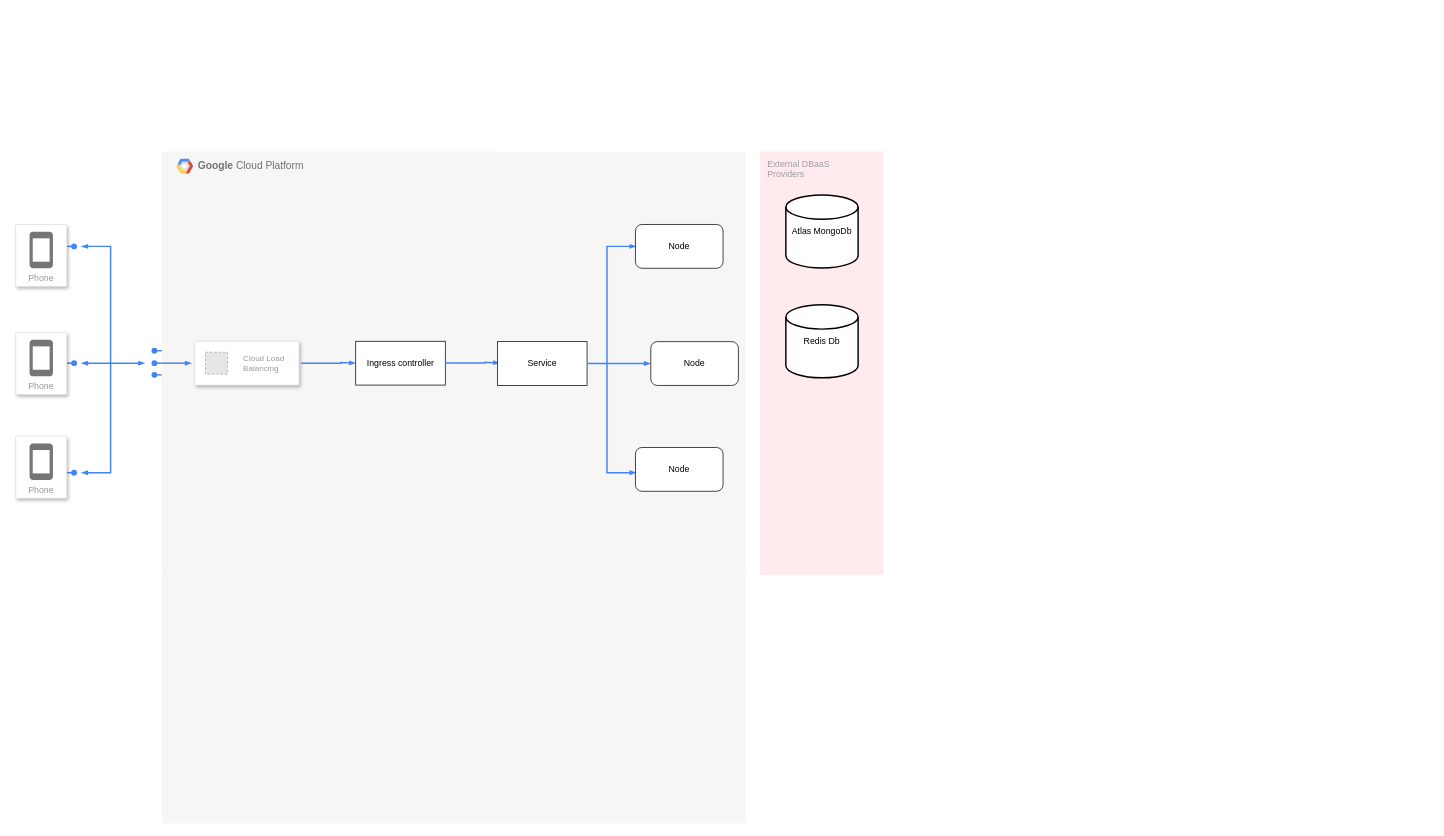
Before: gcp-diagram.drawio in FnhNielsen/cloudRepo, a draw.io diagram. Source tidied: cells renumbered, new cells numbered last; positions are measured from the earlier drawing's top-left corner, leaving out a move shared by most shapes. Both pictures are drawn from the tidied source at 73%, with x=0, y=0 at pixel (15, 151). Pictures stored in the file or linked from it are replaced by grey dashed boxes.
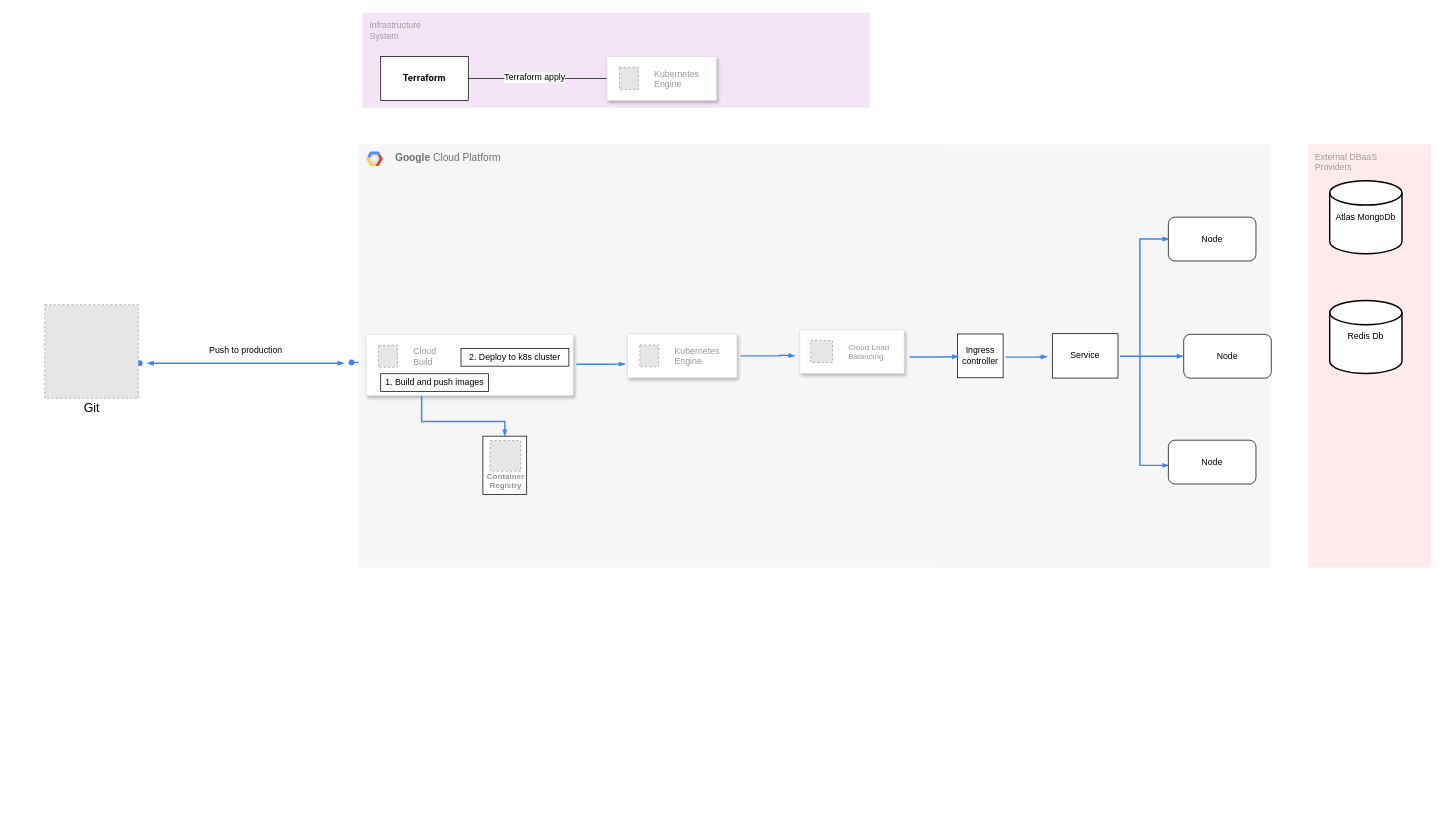
Above is the later version.

Change to the diagram source:
```diff
@@
+    <mxCell id="35" value="Infrastructure&#10;System" style="sketch=0;rounded=1;absoluteArcSize=1;arcSize=2;html=1;strokeColor=none;gradientColor=none;shadow=0;dashed=0;fontSize=12;fontColor=#9E9E9E;align=left;verticalAlign=top;spacing=10;spacingTop=-4;fillColor=#F3E5F5;" parent="1" vertex="1">
+      <mxGeometry x="475" y="-190" width="695" height="130" as="geometry" />
+    </mxCell>
+    <mxCell id="25" style="fillColor=#F6F6F6;strokeColor=none;shadow=0;gradientColor=none;fontSize=14;align=left;spacing=10;fontColor=#717171;9E9E9E;verticalAlign=top;spacingTop=-4;fontStyle=0;spacingLeft=40;html=1;" parent="1" vertex="1">
+      <mxGeometry x="1270" y="-9.5" width="450" height="580" as="geometry" />
+    </mxCell>
+    <mxCell id="36" value="&lt;b&gt;Google&amp;nbsp;&lt;/b&gt;Cloud Platform" style="fillColor=#F6F6F6;strokeColor=none;shadow=0;gradientColor=none;fontSize=14;align=left;spacing=10;fontColor=#717171;9E9E9E;verticalAlign=top;spacingTop=-4;fontStyle=0;spacingLeft=40;html=1;" parent="1" vertex="1">
+      <mxGeometry x="470" y="-10" width="340" height="580" as="geometry" />
+    </mxCell>
-    <mxCell id="2" value="&lt;b&gt;Google &lt;/b&gt;Cloud Platform" style="fillColor=#F6F6F6;strokeColor=none;shadow=0;gradientColor=none;fontSize=14;align=left;spacing=10;fontColor=#717171;9E9E9E;verticalAlign=top;spacingTop=-4;fontStyle=0;spacingLeft=40;html=1;" parent="1" vertex="1">
-      <mxGeometry x="200" width="460" height="580" as="geometry" />
+    <mxCell id="2" style="fillColor=#F6F6F6;strokeColor=none;shadow=0;gradientColor=none;fontSize=14;align=left;spacing=10;fontColor=#717171;9E9E9E;verticalAlign=top;spacingTop=-4;fontStyle=0;spacingLeft=40;html=1;" parent="1" vertex="1">
+      <mxGeometry x="810" y="-10" width="460" height="580" as="geometry" />
     </mxCell>
     <mxCell id="3" style="shape=mxgraph.gcp2.google_cloud_platform;fillColor=#F6F6F6;strokeColor=none;shadow=0;gradientColor=none;" parent="2" vertex="1">
       <mxGeometry width="23" height="20" relative="1" as="geometry">
-        <mxPoint x="20" y="10" as="offset" />
+        <mxPoint x="-330" y="10" as="offset" />
       </mxGeometry>
     </mxCell>
     <mxCell id="4" style="strokeColor=#dddddd;shadow=1;strokeWidth=1;rounded=1;absoluteArcSize=1;arcSize=2;fontSize=11;" parent="2" vertex="1">
-      <mxGeometry x="45" y="260" width="143.1" height="60" as="geometry" />
+      <mxGeometry x="264" y="254" width="143.1" height="60" as="geometry" />
     </mxCell>
@@
-    <mxCell id="6" style="edgeStyle=orthogonalEdgeStyle;fontSize=12;html=1;endArrow=blockThin;endFill=1;rounded=0;strokeWidth=2;endSize=4;startSize=4;dashed=0;strokeColor=#4284F3;startArrow=none;startFill=0;" parent="4" edge="1">
-      <mxGeometry relative="1" as="geometry">
-        <mxPoint x="-45" y="30" as="sourcePoint" />
-        <mxPoint x="-4.1" y="30" as="targetPoint" />
-        <Array as="points">
-          <mxPoint x="-14.3" y="30.2" />
-          <mxPoint x="-14.3" y="30.2" />
-        </Array>
-      </mxGeometry>
-    </mxCell>
+    <mxCell id="8" style="edgeStyle=orthogonalEdgeStyle;fontSize=12;html=1;endArrow=blockThin;endFill=1;rounded=0;strokeWidth=2;endSize=4;startSize=4;dashed=0;strokeColor=#4284F3;startArrow=none;startFill=0;exitX=1;exitY=0.5;exitDx=0;exitDy=0;" parent="2" edge="1">
+      <mxGeometry relative="1" as="geometry">
+        <mxPoint x="183.2" y="290" as="sourcePoint" />
+        <mxPoint x="257.8" y="290" as="targetPoint" />
+        <Array as="points">
+          <mxPoint x="237.3" y="290" />
+          <mxPoint x="237.3" y="289" />
+        </Array>
+      </mxGeometry>
+    </mxCell>
+    <mxCell id="37" style="strokeColor=#dddddd;shadow=1;strokeWidth=1;rounded=1;absoluteArcSize=1;arcSize=2;fontSize=12;" parent="2" vertex="1">
+      <mxGeometry x="28" y="260" width="150" height="60" as="geometry" />
+    </mxCell>
+    <mxCell id="38" value="Kubernetes&#10;Engine" style="fillColor=#E6E6E6;strokeColor=#999999;dashed=1;fontColor=#999999;verticalLabelPosition=middle;labelBackgroundColor=#ffffff;verticalAlign=middle;labelPosition=right;align=left;spacingLeft=20;fontSize=12;" parent="37" vertex="1">
+      <mxGeometry width="26" height="30" relative="1" as="geometry">
+        <mxPoint x="17" y="15" as="offset" />
+      </mxGeometry>
+    </mxCell>
     <mxCell id="7" value="Ingress controller" style="rounded=0;whiteSpace=wrap;html=1;" parent="2" vertex="1">
-      <mxGeometry x="265.8" y="260" width="122.7" height="60" as="geometry" />
+      <mxGeometry x="480" y="260" width="62.6" height="60" as="geometry" />
     </mxCell>
-    <mxCell id="8" style="edgeStyle=orthogonalEdgeStyle;fontSize=12;html=1;endArrow=blockThin;endFill=1;rounded=0;strokeWidth=2;endSize=4;startSize=4;dashed=0;strokeColor=#4284F3;startArrow=none;startFill=0;exitX=1;exitY=0.5;exitDx=0;exitDy=0;" parent="2" edge="1">
-      <mxGeometry relative="1" as="geometry">
-        <mxPoint x="191.2" y="290" as="sourcePoint" />
-        <mxPoint x="265.8" y="290" as="targetPoint" />
-        <Array as="points">
-          <mxPoint x="245.3" y="290" />
-          <mxPoint x="245.3" y="289" />
-        </Array>
-      </mxGeometry>
-    </mxCell>
-    <mxCell id="9" style="edgeStyle=orthogonalEdgeStyle;fontSize=12;html=1;endArrow=blockThin;endFill=1;rounded=0;strokeWidth=2;endSize=4;startSize=4;dashed=0;strokeColor=#4284F3;startArrow=none;startFill=0;exitX=1;exitY=0.5;exitDx=0;exitDy=0;" parent="2" edge="1">
-      <mxGeometry relative="1" as="geometry">
-        <mxPoint x="388.4" y="289.7" as="sourcePoint" />
-        <mxPoint x="463.1" y="289.7" as="targetPoint" />
-        <Array as="points">
-          <mxPoint x="442.6" y="289.7" />
-          <mxPoint x="442.6" y="288.7" />
-        </Array>
-      </mxGeometry>
-    </mxCell>
-    <mxCell id="10" style="edgeStyle=elbowEdgeStyle;fontSize=12;html=1;endArrow=oval;endFill=1;rounded=0;strokeWidth=2;endSize=6;startSize=4;dashed=0;strokeColor=#4284F3;elbow=vertical;" parent="1" edge="1">
-      <mxGeometry relative="1" as="geometry">
-        <mxPoint x="70" y="130" as="sourcePoint" />
-        <mxPoint x="80" y="130" as="targetPoint" />
-      </mxGeometry>
-    </mxCell>
     <mxCell id="11" style="edgeStyle=elbowEdgeStyle;fontSize=12;html=1;endArrow=oval;endFill=1;rounded=0;strokeWidth=2;endSize=6;startSize=4;dashed=0;strokeColor=#4284F3;elbow=vertical;" parent="1" edge="1">
       <mxGeometry relative="1" as="geometry">
-        <mxPoint x="70" y="289.9" as="sourcePoint" />
-        <mxPoint x="80" y="290" as="targetPoint" />
+        <mxPoint x="160" y="289.9" as="sourcePoint" />
+        <mxPoint x="170" y="290" as="targetPoint" />
       </mxGeometry>
     </mxCell>
-    <mxCell id="12" style="edgeStyle=elbowEdgeStyle;fontSize=12;html=1;endArrow=oval;endFill=1;rounded=0;strokeWidth=2;endSize=6;startSize=4;dashed=0;strokeColor=#4284F3;elbow=vertical;" parent="1" edge="1">
-      <mxGeometry relative="1" as="geometry">
-        <mxPoint x="70" y="440" as="sourcePoint" />
-        <mxPoint x="80" y="440" as="targetPoint" />
-      </mxGeometry>
-    </mxCell>
     <mxCell id="13" style="edgeStyle=orthogonalEdgeStyle;fontSize=12;html=1;endArrow=blockThin;endFill=1;rounded=0;strokeWidth=2;endSize=4;startSize=4;dashed=0;strokeColor=#4284F3;startArrow=blockThin;startFill=1;" parent="1" edge="1">
       <mxGeometry relative="1" as="geometry">
-        <mxPoint x="90" y="290" as="sourcePoint" />
-        <mxPoint x="177" y="290" as="targetPoint" />
+        <mxPoint x="180" y="290" as="sourcePoint" />
+        <mxPoint x="450" y="290" as="targetPoint" />
         <Array as="points">
-          <mxPoint x="130" y="290" />
-          <mxPoint x="130" y="290" />
+          <mxPoint x="220" y="290" />
+          <mxPoint x="220" y="290" />
         </Array>
       </mxGeometry>
     </mxCell>
-    <mxCell id="14" style="fontSize=12;html=1;endArrow=blockThin;endFill=1;rounded=0;strokeWidth=2;endSize=4;startSize=4;dashed=0;strokeColor=#4284F3;startArrow=blockThin;startFill=1;edgeStyle=orthogonalEdgeStyle;" parent="1" edge="1">
-      <mxGeometry relative="1" as="geometry">
-        <mxPoint x="90" y="130" as="sourcePoint" />
-        <mxPoint x="90" y="440" as="targetPoint" />
-        <Array as="points">
-          <mxPoint x="130" y="130" />
-          <mxPoint x="130" y="440" />
-        </Array>
-      </mxGeometry>
-    </mxCell>
-    <mxCell id="15" style="edgeStyle=orthogonalEdgeStyle;fontSize=12;html=1;endArrow=oval;endFill=1;rounded=0;strokeWidth=2;endSize=6;startSize=4;dashed=0;strokeColor=#4284F3;exitX=0;exitY=0.149;exitPerimeter=0;" parent="1" edge="1">
-      <mxGeometry relative="1" as="geometry">
-        <mxPoint x="200.1" y="272.9" as="sourcePoint" />
-        <mxPoint x="190" y="273" as="targetPoint" />
-      </mxGeometry>
-    </mxCell>
+    <mxCell id="39" value="&lt;font style=&quot;font-size: 12px;&quot;&gt;Push to production&lt;/font&gt;" style="edgeLabel;html=1;align=center;verticalAlign=middle;fontSize=17;" parent="13" vertex="1">
+      <mxGeometry x="-0.08" y="2" relative="1" as="geometry">
+        <mxPoint x="10" y="-18" as="offset" />
+      </mxGeometry>
+    </mxCell>
     <mxCell id="16" style="edgeStyle=orthogonalEdgeStyle;fontSize=12;html=1;endArrow=oval;endFill=1;rounded=0;strokeWidth=2;endSize=6;startSize=4;dashed=0;strokeColor=#4284F3;" parent="1" edge="1">
       <mxGeometry relative="1" as="geometry">
-        <mxPoint x="200" y="290" as="sourcePoint" />
-        <mxPoint x="190" y="289.9" as="targetPoint" />
+        <mxPoint x="470" y="289" as="sourcePoint" />
+        <mxPoint x="460" y="288.9" as="targetPoint" />
       </mxGeometry>
     </mxCell>
-    <mxCell id="17" style="edgeStyle=orthogonalEdgeStyle;fontSize=12;html=1;endArrow=oval;endFill=1;rounded=0;strokeWidth=2;endSize=6;startSize=4;dashed=0;strokeColor=#4284F3;" parent="1" edge="1">
-      <mxGeometry relative="1" as="geometry">
-        <mxPoint x="200" y="306" as="sourcePoint" />
-        <mxPoint x="190" y="305.9" as="targetPoint" />
-      </mxGeometry>
-    </mxCell>
-    <mxCell id="18" value="Phone" style="strokeColor=#dddddd;shadow=1;strokeWidth=1;rounded=1;absoluteArcSize=1;arcSize=2;labelPosition=center;verticalLabelPosition=middle;align=center;verticalAlign=bottom;spacingLeft=0;fontColor=#999999;fontSize=12;whiteSpace=wrap;spacingBottom=2;" parent="1" vertex="1">
-      <mxGeometry y="248" width="70" height="85" as="geometry" />
-    </mxCell>
-    <mxCell id="19" style="sketch=0;dashed=0;html=1;fillColor=#757575;strokeColor=none;shape=mxgraph.gcp2.phone;fontSize=11;" parent="18" vertex="1">
-      <mxGeometry x="0.5" width="32" height="50" relative="1" as="geometry">
-        <mxPoint x="-16" y="10" as="offset" />
-      </mxGeometry>
-    </mxCell>
-    <mxCell id="20" value="Phone" style="strokeColor=#dddddd;shadow=1;strokeWidth=1;rounded=1;absoluteArcSize=1;arcSize=2;labelPosition=center;verticalLabelPosition=middle;align=center;verticalAlign=bottom;spacingLeft=0;fontColor=#999999;fontSize=12;whiteSpace=wrap;spacingBottom=2;" parent="1" vertex="1">
-      <mxGeometry y="100" width="70" height="85" as="geometry" />
-    </mxCell>
-    <mxCell id="21" style="sketch=0;dashed=0;html=1;fillColor=#757575;strokeColor=none;shape=mxgraph.gcp2.phone;fontSize=11;" parent="20" vertex="1">
-      <mxGeometry x="0.5" width="32" height="50" relative="1" as="geometry">
-        <mxPoint x="-16" y="10" as="offset" />
-      </mxGeometry>
-    </mxCell>
-    <mxCell id="22" value="Phone" style="strokeColor=#dddddd;shadow=1;strokeWidth=1;rounded=1;absoluteArcSize=1;arcSize=2;labelPosition=center;verticalLabelPosition=middle;align=center;verticalAlign=bottom;spacingLeft=0;fontColor=#999999;fontSize=12;whiteSpace=wrap;spacingBottom=2;" parent="1" vertex="1">
-      <mxGeometry y="390" width="70" height="85" as="geometry" />
-    </mxCell>
-    <mxCell id="23" style="sketch=0;dashed=0;html=1;fillColor=#757575;strokeColor=none;shape=mxgraph.gcp2.phone;fontSize=11;" parent="22" vertex="1">
-      <mxGeometry x="0.5" width="32" height="50" relative="1" as="geometry">
-        <mxPoint x="-16" y="10" as="offset" />
-      </mxGeometry>
-    </mxCell>
     <mxCell id="24" value="External DBaaS&lt;br&gt;Providers" style="sketch=0;rounded=1;absoluteArcSize=1;arcSize=2;html=1;strokeColor=none;gradientColor=none;shadow=0;dashed=0;fontSize=12;fontColor=#9E9E9E;align=left;verticalAlign=top;spacing=10;spacingTop=-4;fillColor=#FFEBEE;" parent="1" vertex="1">
-      <mxGeometry x="1020" width="169" height="580" as="geometry" />
+      <mxGeometry x="1770" y="-10" width="169" height="580" as="geometry" />
     </mxCell>
-    <mxCell id="25" style="fillColor=#F6F6F6;strokeColor=none;shadow=0;gradientColor=none;fontSize=14;align=left;spacing=10;fontColor=#717171;9E9E9E;verticalAlign=top;spacingTop=-4;fontStyle=0;spacingLeft=40;html=1;" parent="1" vertex="1">
-      <mxGeometry x="660" y="0.5" width="340" height="580" as="geometry" />
-    </mxCell>
     <mxCell id="26" value="Service" style="rounded=0;whiteSpace=wrap;html=1;" parent="1" vertex="1">
-      <mxGeometry x="660" y="260.5" width="122.7" height="60" as="geometry" />
+      <mxGeometry x="1420" y="249.6" width="90" height="60.8" as="geometry" />
     </mxCell>
     <mxCell id="27" style="fontSize=12;html=1;endArrow=blockThin;endFill=1;rounded=0;strokeWidth=2;endSize=4;startSize=4;dashed=0;strokeColor=#4284F3;startArrow=blockThin;startFill=1;edgeStyle=orthogonalEdgeStyle;" parent="1" edge="1">
       <mxGeometry relative="1" as="geometry">
-        <mxPoint x="850" y="130" as="sourcePoint" />
-        <mxPoint x="850" y="440" as="targetPoint" />
+        <mxPoint x="1580" y="120" as="sourcePoint" />
+        <mxPoint x="1580" y="430" as="targetPoint" />
         <Array as="points">
-          <mxPoint x="810" y="130" />
-          <mxPoint x="810" y="440" />
+          <mxPoint x="1540" y="120" />
+          <mxPoint x="1540" y="430" />
         </Array>
       </mxGeometry>
     </mxCell>
     <mxCell id="28" style="edgeStyle=orthogonalEdgeStyle;fontSize=12;html=1;endArrow=blockThin;endFill=1;rounded=0;strokeWidth=2;endSize=4;startSize=4;dashed=0;strokeColor=#4284F3;startArrow=none;startFill=0;" parent="1" edge="1">
       <mxGeometry relative="1" as="geometry">
-        <mxPoint x="782.7" y="290.4" as="sourcePoint" />
-        <mxPoint x="869.7" y="290.4" as="targetPoint" />
+        <mxPoint x="1512.7" y="280.4" as="sourcePoint" />
+        <mxPoint x="1599.7" y="280.4" as="targetPoint" />
         <Array as="points">
-          <mxPoint x="822.7" y="290.4" />
-          <mxPoint x="822.7" y="290.4" />
+          <mxPoint x="1552.7" y="280.4" />
+          <mxPoint x="1552.7" y="280.4" />
         </Array>
       </mxGeometry>
     </mxCell>
     <mxCell id="29" value="Node" style="rounded=1;whiteSpace=wrap;html=1;" parent="1" vertex="1">
-      <mxGeometry x="849" y="100" width="120" height="60" as="geometry" />
+      <mxGeometry x="1579" y="90" width="120" height="60" as="geometry" />
     </mxCell>
     <mxCell id="30" value="Node" style="rounded=1;whiteSpace=wrap;html=1;" parent="1" vertex="1">
-      <mxGeometry x="870" y="260.5" width="120" height="60" as="geometry" />
+      <mxGeometry x="1600" y="250.5" width="120" height="60" as="geometry" />
     </mxCell>
     <mxCell id="31" value="Node" style="rounded=1;whiteSpace=wrap;html=1;" parent="1" vertex="1">
-      <mxGeometry x="849" y="405.5" width="120" height="60" as="geometry" />
+      <mxGeometry x="1579" y="395.5" width="120" height="60" as="geometry" />
     </mxCell>
     <mxCell id="32" value="Atlas MongoDb" style="strokeWidth=2;html=1;shape=mxgraph.flowchart.database;whiteSpace=wrap;" parent="1" vertex="1">
-      <mxGeometry x="1055" y="59.5" width="99" height="100" as="geometry" />
+      <mxGeometry x="1800" y="40" width="99" height="100" as="geometry" />
     </mxCell>
     <mxCell id="33" value="Redis Db" style="strokeWidth=2;html=1;shape=mxgraph.flowchart.database;whiteSpace=wrap;" parent="1" vertex="1">
-      <mxGeometry x="1055" y="210" width="99" height="100" as="geometry" />
+      <mxGeometry x="1800" y="204" width="99" height="100" as="geometry" />
     </mxCell>
-    <mxCell id="34" style="fillColor=#F6F6F6;strokeColor=none;shadow=0;gradientColor=none;fontSize=14;align=left;spacing=10;fontColor=#717171;9E9E9E;verticalAlign=top;spacingTop=-4;fontStyle=0;spacingLeft=40;html=1;direction=south;" parent="1" vertex="1">
-      <mxGeometry x="200" y="580.5" width="800" height="340" as="geometry" />
-    </mxCell>
+    <mxCell id="40" style="fillColor=#E6E6E6;strokeColor=#999999;dashed=1;html=1;verticalAlign=top;verticalLabelPosition=bottom;labelBackgroundColor=#ffffff;" parent="1" vertex="1">
+      <mxGeometry x="40" y="210" width="128" height="128" as="geometry" />
+    </mxCell>
+    <mxCell id="41" value="&lt;font style=&quot;font-size: 17px;&quot;&gt;Git&lt;/font&gt;" style="text;html=1;align=center;verticalAlign=middle;strokeColor=none;fillColor=none;" parent="1" vertex="1">
+      <mxGeometry x="79" y="338" width="50" height="30" as="geometry" />
+    </mxCell>
+    <mxCell id="42" style="strokeColor=#dddddd;shadow=1;strokeWidth=1;rounded=1;absoluteArcSize=1;arcSize=2;fontSize=12;" parent="1" vertex="1">
+      <mxGeometry x="480" y="250.5" width="283.8" height="84" as="geometry" />
+    </mxCell>
+    <mxCell id="43" value="Cloud&#10;Build" style="fillColor=#E6E6E6;strokeColor=#999999;dashed=1;fontColor=#999999;verticalLabelPosition=middle;labelBackgroundColor=#ffffff;verticalAlign=middle;labelPosition=right;align=left;spacingLeft=20;fontSize=12;" parent="42" vertex="1">
+      <mxGeometry width="26" height="30" relative="1" as="geometry">
+        <mxPoint x="17" y="15" as="offset" />
+      </mxGeometry>
+    </mxCell>
+    <mxCell id="44" value="1. Build and push images" style="rounded=0;whiteSpace=wrap;html=1;fontSize=12;" parent="42" vertex="1">
+      <mxGeometry x="20" y="54" width="147.8" height="24.1" as="geometry" />
+    </mxCell>
+    <mxCell id="45" value="2. Deploy to k8s cluster" style="rounded=0;whiteSpace=wrap;html=1;fontSize=12;" parent="42" vertex="1">
+      <mxGeometry x="130" y="19.5" width="147.8" height="24.1" as="geometry" />
+    </mxCell>
+    <mxCell id="46" style="edgeStyle=orthogonalEdgeStyle;fontSize=12;html=1;endArrow=blockThin;endFill=1;rounded=0;strokeWidth=2;endSize=4;startSize=4;dashed=0;strokeColor=#4284F3;startArrow=none;startFill=0;exitX=0.268;exitY=1.007;exitDx=0;exitDy=0;exitPerimeter=0;" parent="1" edge="1" source="42">
+      <mxGeometry relative="1" as="geometry">
+        <mxPoint x="670" y="390" as="targetPoint" />
+        <Array as="points">
+          <mxPoint x="556" y="370" />
+          <mxPoint x="670" y="370" />
+        </Array>
+      </mxGeometry>
+    </mxCell>
+    <mxCell id="47" style="rounded=0;whiteSpace=wrap;html=1;fontSize=12;" parent="1" vertex="1">
+      <mxGeometry x="640" y="390" width="60" height="80" as="geometry" />
+    </mxCell>
+    <mxCell id="48" value="Container&#10;Registry" style="fillColor=#E6E6E6;strokeColor=#999999;dashed=1;html=1;verticalAlign=top;labelPosition=center;verticalLabelPosition=bottom;align=center;spacingTop=-6;fontSize=11;fontStyle=1;fontColor=#999999;" parent="1" vertex="1">
+      <mxGeometry x="650" y="396" width="42" height="42" as="geometry" />
+    </mxCell>
+    <mxCell id="49" style="edgeStyle=orthogonalEdgeStyle;fontSize=12;html=1;endArrow=blockThin;endFill=1;rounded=0;strokeWidth=2;endSize=4;startSize=4;dashed=0;strokeColor=#4284F3;startArrow=none;startFill=0;" parent="1" edge="1">
+      <mxGeometry relative="1" as="geometry">
+        <mxPoint x="1224.7" y="281.4" as="sourcePoint" />
+        <mxPoint x="1292" y="281" as="targetPoint" />
+        <Array as="points">
+          <mxPoint x="1264.7" y="281.4" />
+          <mxPoint x="1264.7" y="281.4" />
+        </Array>
+      </mxGeometry>
+    </mxCell>
+    <mxCell id="50" style="edgeStyle=orthogonalEdgeStyle;fontSize=12;html=1;endArrow=blockThin;endFill=1;rounded=0;strokeWidth=2;endSize=4;startSize=4;dashed=0;strokeColor=#4284F3;startArrow=none;startFill=0;" parent="1" edge="1">
+      <mxGeometry relative="1" as="geometry">
+        <mxPoint x="1356" y="281.7" as="sourcePoint" />
+        <mxPoint x="1413.3" y="281.3" as="targetPoint" />
+        <Array as="points">
+          <mxPoint x="1396" y="281.7" />
+          <mxPoint x="1396" y="281.7" />
+        </Array>
+      </mxGeometry>
+    </mxCell>
+    <mxCell id="51" style="edgeStyle=orthogonalEdgeStyle;fontSize=12;html=1;endArrow=blockThin;endFill=1;rounded=0;strokeWidth=2;endSize=4;startSize=4;dashed=0;strokeColor=#4284F3;startArrow=none;startFill=0;" parent="1" edge="1">
+      <mxGeometry relative="1" as="geometry">
+        <mxPoint x="768" y="291.6" as="sourcePoint" />
+        <mxPoint x="835.3" y="291.2" as="targetPoint" />
+        <Array as="points">
+          <mxPoint x="808" y="291.6" />
+          <mxPoint x="808" y="291.6" />
+        </Array>
+      </mxGeometry>
+    </mxCell>
+    <mxCell id="52" style="edgeStyle=orthogonalEdgeStyle;rounded=0;jettySize=auto;html=1;fontSize=12;" parent="1" edge="1" source="54" target="56">
+      <mxGeometry relative="1" as="geometry" />
+    </mxCell>
+    <mxCell id="53" value="Terraform apply" style="edgeLabel;html=1;align=center;verticalAlign=middle;fontSize=12;" parent="52" vertex="1">
+      <mxGeometry x="-0.34" y="1" relative="1" as="geometry">
+        <mxPoint x="22" y="-1" as="offset" />
+      </mxGeometry>
+    </mxCell>
+    <mxCell id="54" value="&lt;h1 style=&quot;text-align: start; box-sizing: border-box; font-size: var(--token-typography-display-500-font-size); margin-top: 0px; margin-right: 0px; margin-bottom: var(--spacing-lrg); margin-left: 0px; font-family: -apple-system, BlinkMacSystemFont, &amp;quot;Segoe UI&amp;quot;, Helvetica, Arial, sans-serif, &amp;quot;Apple Color Emoji&amp;quot;, &amp;quot;Segoe UI Emoji&amp;quot;, &amp;quot;Segoe UI Symbol&amp;quot;; line-height: var(--token-typography-display-500-line-height); padding: 0px; scroll-margin-top: var(--total-scroll-offset);&quot; class=&quot;hds-typography-display-500 hds-font-weight-bold tutorial-meta_heading___aCZj g-offset-scroll-margin-top&quot; id=&quot;outputs&quot;&gt;Terraform&lt;/h1&gt;" style="whiteSpace=wrap;html=1;fontSize=12;" parent="1" vertex="1">
+      <mxGeometry x="500" y="-130" width="120" height="60" as="geometry" />
+    </mxCell>
+    <mxCell id="55" style="strokeColor=#dddddd;shadow=1;strokeWidth=1;rounded=1;absoluteArcSize=1;arcSize=2;fontSize=12;" parent="1" vertex="1">
+      <mxGeometry x="810" y="-130" width="150" height="60" as="geometry" />
+    </mxCell>
+    <mxCell id="56" value="Kubernetes&#10;Engine" style="fillColor=#E6E6E6;strokeColor=#999999;dashed=1;fontColor=#999999;verticalLabelPosition=middle;labelBackgroundColor=#ffffff;verticalAlign=middle;labelPosition=right;align=left;spacingLeft=20;fontSize=12;" parent="55" vertex="1">
+      <mxGeometry width="26" height="30" relative="1" as="geometry">
+        <mxPoint x="17" y="15" as="offset" />
+      </mxGeometry>
+    </mxCell>
```
